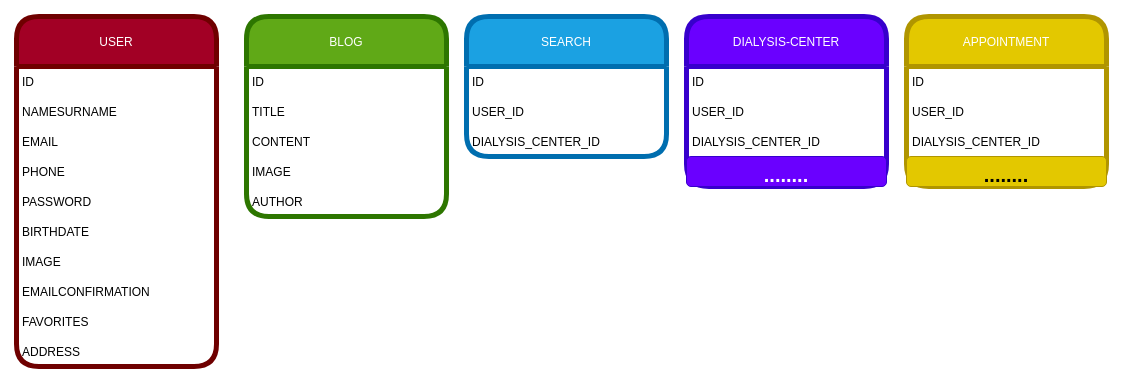
Above: schema.drawio in baynarkozcu/dialysing-server (draw.io), before the change. Source tidied: cells renumbered, new cells numbered last; positions are measured from the earlier drawing's top-left corner, leaving out a move shared by most shapes. Both pictures are drawn from the tidied source at 100%, with x=0, y=0 at pixel (16, 16).
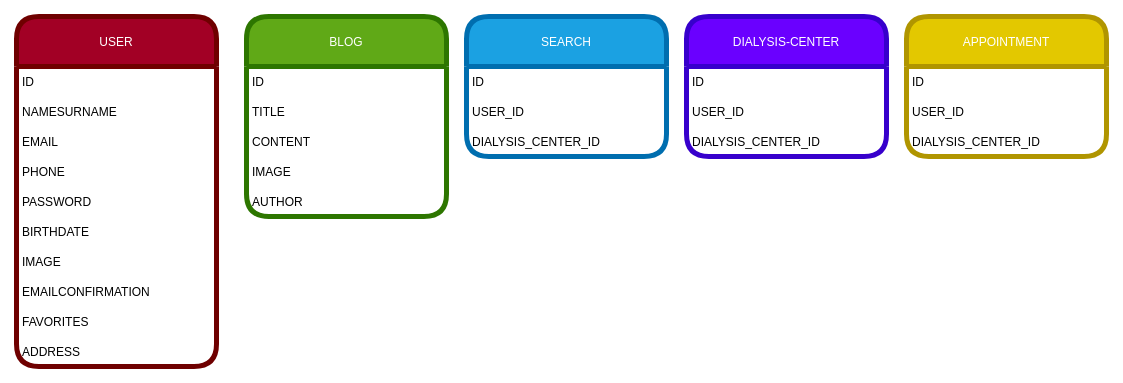
Above is the later version.

Change to the diagram source:
```diff
@@
     <mxCell id="23" value="DIALYSIS-CENTER" style="swimlane;fontStyle=0;horizontal=1;startSize=50;fillColor=#6a00ff;fontColor=#ffffff;strokeColor=#3700CC;strokeWidth=5;rounded=1;" parent="1" vertex="1">
-      <mxGeometry x="670" width="200" height="170" as="geometry" />
+      <mxGeometry x="670" width="200" height="140" as="geometry" />
     </mxCell>
@@
-    <mxCell id="27" value="........" style="text;strokeColor=#3700CC;fillColor=#6a00ff;align=center;verticalAlign=top;spacingLeft=4;spacingRight=4;overflow=hidden;fontColor=#ffffff;fontStyle=1;fontSize=20;rounded=1;" parent="23" vertex="1">
-      <mxGeometry y="140" width="200" height="30" as="geometry" />
-    </mxCell>
     <mxCell id="28" value="APPOINTMENT" style="swimlane;fontStyle=0;horizontal=1;startSize=50;fillColor=#e3c800;fontColor=#FFFFFF;strokeColor=#B09500;strokeWidth=5;rounded=1;" parent="1" vertex="1">
-      <mxGeometry x="890" width="200" height="170" as="geometry" />
+      <mxGeometry x="890" width="200" height="140" as="geometry" />
     </mxCell>
@@
-    <mxCell id="32" value="........" style="text;strokeColor=#B09500;fillColor=#e3c800;align=center;verticalAlign=top;spacingLeft=4;spacingRight=4;overflow=hidden;fontColor=#000000;fontStyle=1;fontSize=20;rounded=1;" parent="28" vertex="1">
-      <mxGeometry y="140" width="200" height="30" as="geometry" />
-    </mxCell>
```
